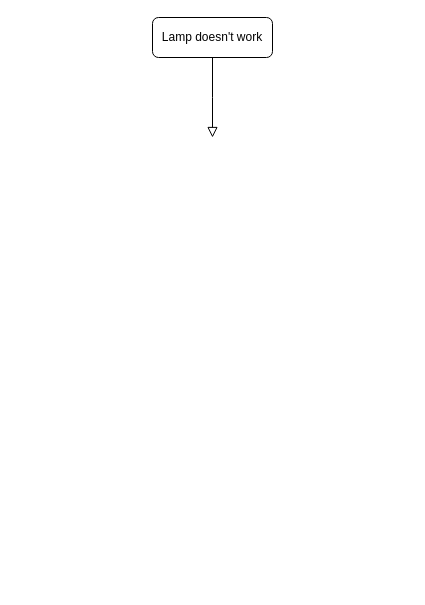
Earlier version of the draw.io diagram Biểu đồ không có tiêu đề.drawio (Chipuscu/STM321). Source tidied: cells renumbered, new cells numbered last; positions are measured from the earlier drawing's top-left corner, leaving out a move shared by most shapes. Both pictures are drawn from the tidied source at 100%, with x=0, y=0 at pixel (152, 17).
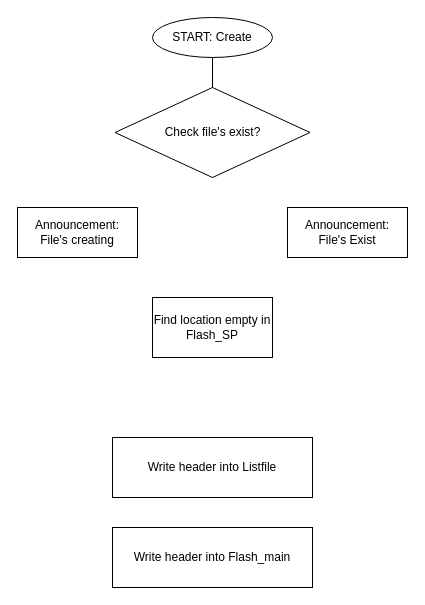
Above is the later version.

What changed in the source:
```diff
@@
 <mxGraphModel>
   <root>
     <mxCell id="0" />
     <mxCell id="1" parent="0" />
-    <mxCell id="2" style="rounded=0;html=1;jettySize=auto;fontSize=11;endArrow=block;endFill=0;endSize=8;strokeWidth=1;shadow=0;labelBackgroundColor=none;edgeStyle=orthogonalEdgeStyle;" parent="1" edge="1" source="3">
+    <mxCell id="2" style="rounded=0;html=1;jettySize=auto;fontSize=11;endArrow=block;endFill=0;endSize=8;strokeWidth=1;shadow=0;labelBackgroundColor=none;edgeStyle=orthogonalEdgeStyle;startArrow=none;" parent="1" edge="1" source="4">
       <mxGeometry relative="1" as="geometry">
-        <mxPoint x="60" y="120" as="targetPoint" />
+        <mxPoint x="60" y="130" as="targetPoint" />
+        <Array as="points">
+          <mxPoint x="60" y="120" />
+        </Array>
       </mxGeometry>
     </mxCell>
-    <mxCell id="3" value="Lamp doesn't work" style="rounded=1;whiteSpace=wrap;html=1;fontSize=12;glass=0;strokeWidth=1;shadow=0;" parent="1" vertex="1">
+    <mxCell id="3" value="START: Create" style="ellipse;whiteSpace=wrap;html=1;shadow=0;fontFamily=Helvetica;fontSize=12;fontColor=default;align=center;strokeColor=default;strokeWidth=1;fillColor=default;" parent="1" vertex="1">
       <mxGeometry width="120" height="40" as="geometry" />
     </mxCell>
+    <mxCell id="4" value="Check file's exist?" style="rhombus;whiteSpace=wrap;html=1;" parent="1" vertex="1">
+      <mxGeometry x="-37.5" y="70" width="195" height="90" as="geometry" />
+    </mxCell>
+    <mxCell id="5" style="rounded=0;html=1;jettySize=auto;fontSize=11;endArrow=none;endFill=0;endSize=8;strokeWidth=1;shadow=0;labelBackgroundColor=none;edgeStyle=orthogonalEdgeStyle;" parent="1" edge="1" source="3" target="4">
+      <mxGeometry relative="1" as="geometry" />
+    </mxCell>
+    <mxCell id="6" value="Find location empty in Flash_SP" style="rounded=0;whiteSpace=wrap;html=1;" parent="1" vertex="1">
+      <mxGeometry y="280" width="120" height="60" as="geometry" />
+    </mxCell>
+    <mxCell id="7" value="Write header into Listfile" style="rounded=0;whiteSpace=wrap;html=1;" parent="1" vertex="1">
+      <mxGeometry x="-40" y="420" width="200" height="60" as="geometry" />
+    </mxCell>
+    <mxCell id="8" value="Write header into Flash_main" style="rounded=0;whiteSpace=wrap;html=1;" parent="1" vertex="1">
+      <mxGeometry x="-40" y="510" width="200" height="60" as="geometry" />
+    </mxCell>
+    <mxCell id="9" value="Announcement:&lt;br&gt;File's Exist" style="rounded=0;whiteSpace=wrap;html=1;" parent="1" vertex="1">
+      <mxGeometry x="135" y="190" width="120" height="50" as="geometry" />
+    </mxCell>
+    <mxCell id="10" value="Announcement:&lt;br&gt;File's creating" style="rounded=0;whiteSpace=wrap;html=1;" parent="1" vertex="1">
+      <mxGeometry x="-135" y="190" width="120" height="50" as="geometry" />
+    </mxCell>
   </root>
 </mxGraphModel>
```
